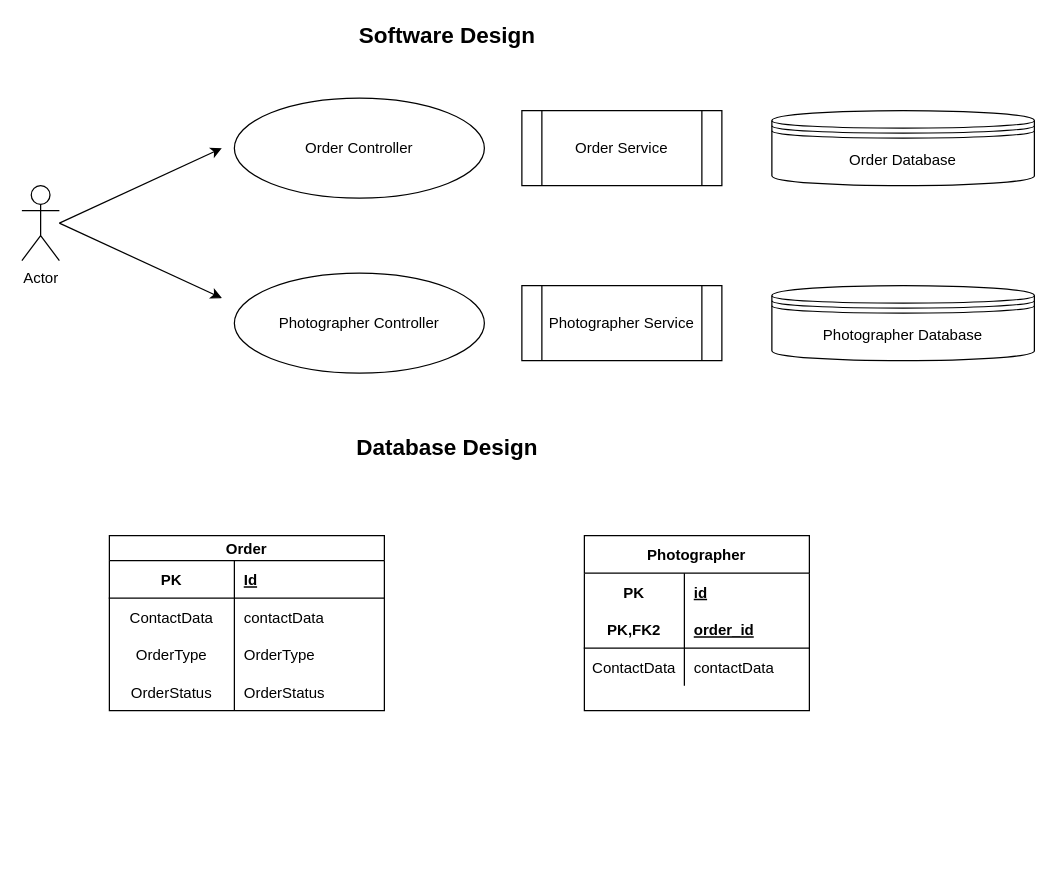
Earlier version of the draw.io diagram design/photostudio.drawio (hhovhann/photostudio-service). Source tidied: cells renumbered, new cells numbered last; positions are measured from the earlier drawing's top-left corner, leaving out a move shared by most shapes. Both pictures are drawn from the tidied source at 125%, with x=0, y=0 at pixel (21, 22).
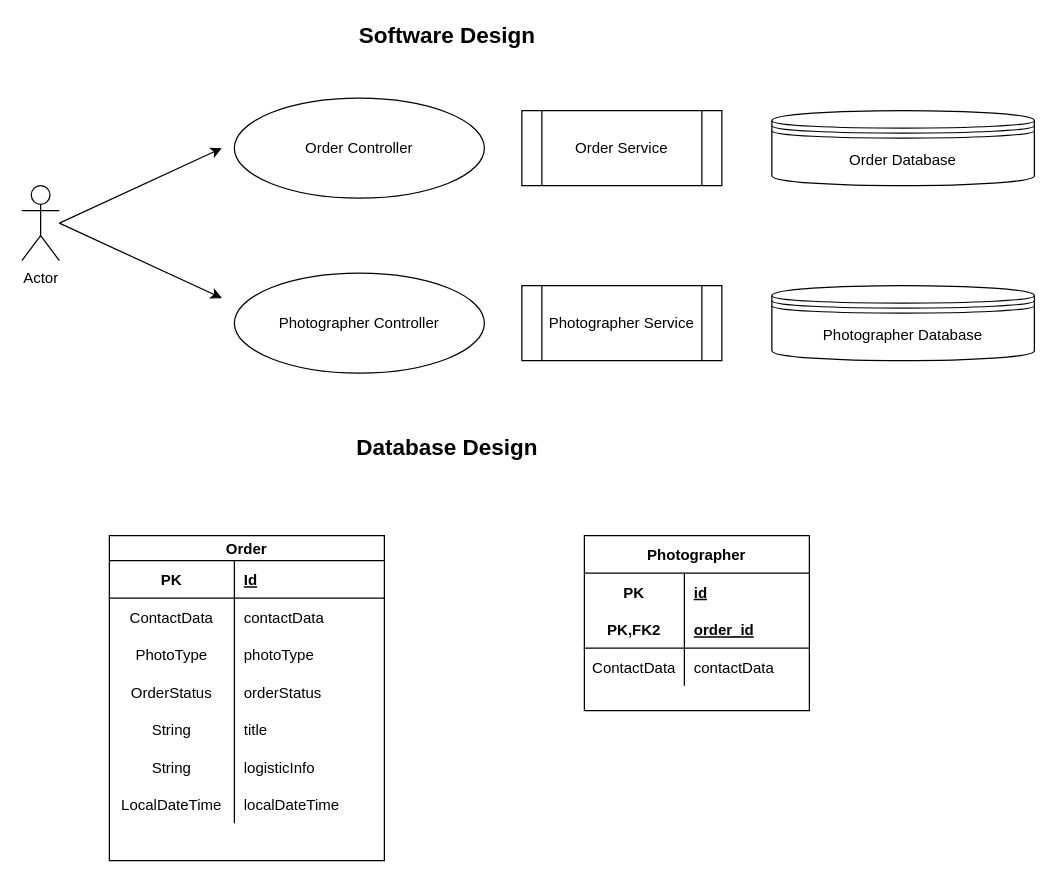
The same page after the edit.

Unchanged cells that the change refers to:
```xml
<mxCell id="20" style="shape=partialRectangle;fillColor=none;top=0;left=0;bottom=0;right=0;" parent="13" vertex="1">
  <mxGeometry y="80" width="220" height="30" as="geometry" />
</mxCell>
<mxCell id="23" style="shape=partialRectangle;fillColor=none;top=0;left=0;bottom=0;right=0;" parent="13" vertex="1">
  <mxGeometry y="110" width="220" height="30" as="geometry" />
</mxCell>
```

What changed in the source:
```diff
@@
     <mxCell id="13" value="Order" style="shape=table;startSize=20;childLayout=tableLayout;rowLines=0;fontStyle=1;align=center;" parent="1" vertex="1">
-      <mxGeometry x="70" y="410" width="220" height="140" as="geometry" />
+      <mxGeometry x="70" y="410" width="220" height="260" as="geometry" />
     </mxCell>
@@
-    <mxCell id="21" value="OrderType" style="shape=partialRectangle;fillColor=none;top=0;left=0;bottom=0;right=0;overflow=hidden;" parent="20" vertex="1">
+    <mxCell id="21" value="PhotoType" style="shape=partialRectangle;fillColor=none;top=0;left=0;bottom=0;right=0;overflow=hidden;" parent="20" vertex="1">
       <mxGeometry width="100" height="30" as="geometry" />
     </mxCell>
-    <mxCell id="22" value="OrderType" style="shape=partialRectangle;fillColor=none;top=0;left=0;bottom=0;right=0;align=left;spacingLeft=6;overflow=hidden;" parent="20" vertex="1">
+    <mxCell id="22" value="photoType" style="shape=partialRectangle;fillColor=none;top=0;left=0;bottom=0;right=0;align=left;spacingLeft=6;overflow=hidden;" parent="20" vertex="1">
       <mxGeometry x="100" width="120" height="30" as="geometry" />
     </mxCell>
@@
-    <mxCell id="25" value="OrderStatus" style="shape=partialRectangle;fillColor=none;top=0;left=0;bottom=0;right=0;align=left;spacingLeft=6;overflow=hidden;" parent="23" vertex="1">
+    <mxCell id="25" value="orderStatus" style="shape=partialRectangle;fillColor=none;top=0;left=0;bottom=0;right=0;align=left;spacingLeft=6;overflow=hidden;" parent="23" vertex="1">
       <mxGeometry x="100" width="120" height="30" as="geometry" />
     </mxCell>
+    <mxCell id="36" style="shape=partialRectangle;fillColor=none;top=0;left=0;bottom=0;right=0;" parent="13" vertex="1">
+      <mxGeometry y="140" width="220" height="30" as="geometry" />
+    </mxCell>
+    <mxCell id="37" value="String" style="shape=partialRectangle;fillColor=none;top=0;left=0;bottom=0;right=0;overflow=hidden;" parent="36" vertex="1">
+      <mxGeometry width="100" height="30" as="geometry" />
+    </mxCell>
+    <mxCell id="38" value="title" style="shape=partialRectangle;fillColor=none;top=0;left=0;bottom=0;right=0;align=left;spacingLeft=6;overflow=hidden;" parent="36" vertex="1">
+      <mxGeometry x="100" width="120" height="30" as="geometry" />
+    </mxCell>
+    <mxCell id="39" style="shape=partialRectangle;fillColor=none;top=0;left=0;bottom=0;right=0;" parent="13" vertex="1">
+      <mxGeometry y="170" width="220" height="30" as="geometry" />
+    </mxCell>
+    <mxCell id="40" value="String" style="shape=partialRectangle;fillColor=none;top=0;left=0;bottom=0;right=0;overflow=hidden;" parent="39" vertex="1">
+      <mxGeometry width="100" height="30" as="geometry" />
+    </mxCell>
+    <mxCell id="41" value="logisticInfo" style="shape=partialRectangle;fillColor=none;top=0;left=0;bottom=0;right=0;align=left;spacingLeft=6;overflow=hidden;" parent="39" vertex="1">
+      <mxGeometry x="100" width="120" height="30" as="geometry" />
+    </mxCell>
+    <mxCell id="42" style="shape=partialRectangle;fillColor=none;top=0;left=0;bottom=0;right=0;" parent="13" vertex="1">
+      <mxGeometry y="200" width="220" height="30" as="geometry" />
+    </mxCell>
+    <mxCell id="43" value="LocalDateTime" style="shape=partialRectangle;fillColor=none;top=0;left=0;bottom=0;right=0;overflow=hidden;" parent="42" vertex="1">
+      <mxGeometry width="100" height="30" as="geometry" />
+    </mxCell>
+    <mxCell id="44" value="localDateTime" style="shape=partialRectangle;fillColor=none;top=0;left=0;bottom=0;right=0;align=left;spacingLeft=6;overflow=hidden;" parent="42" vertex="1">
+      <mxGeometry x="100" width="120" height="30" as="geometry" />
+    </mxCell>
```
